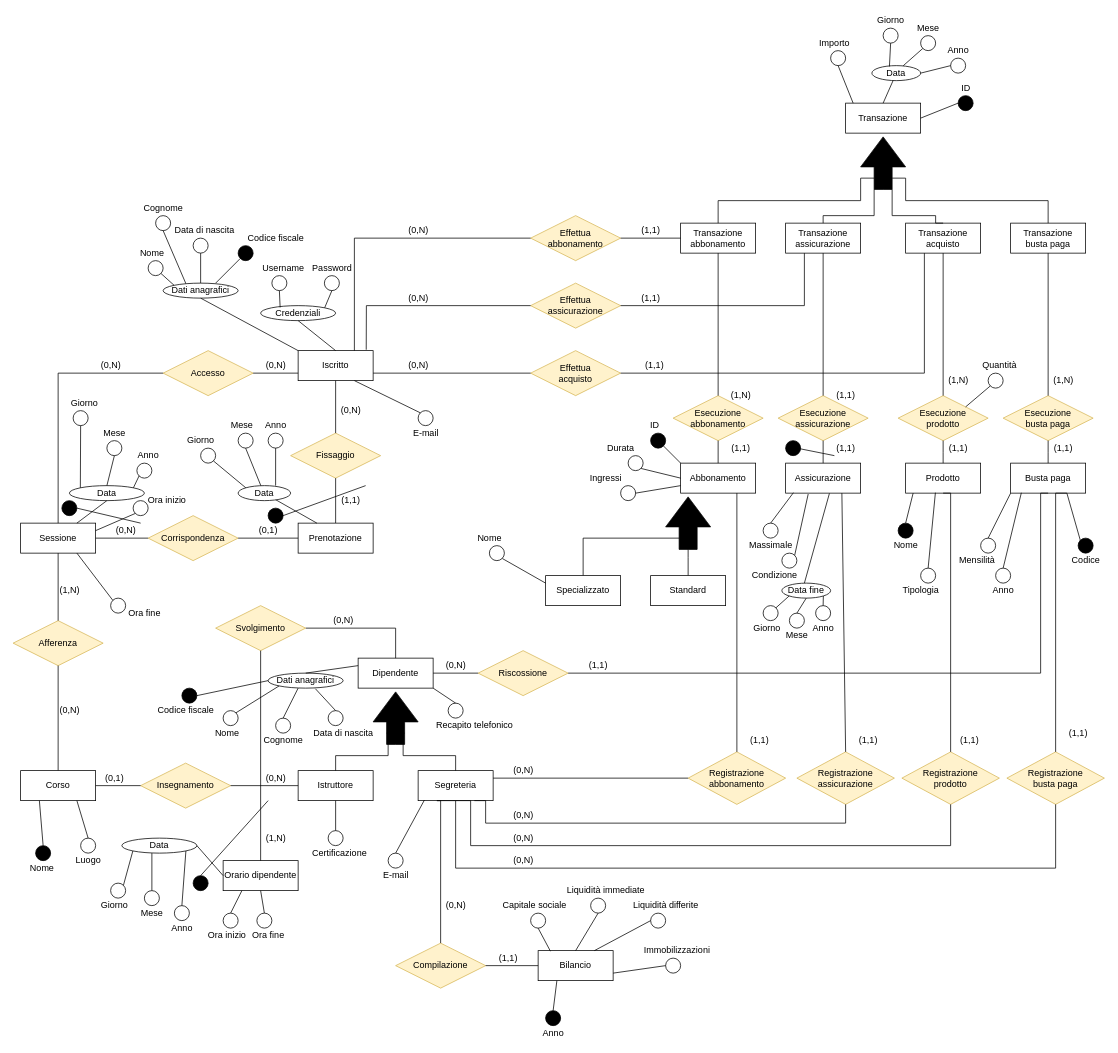
Before: ER.drawio in DavideNunin/anconarockclimb, a draw.io diagram. Source tidied: cells renumbered, new cells numbered last; positions are measured from the earlier drawing's top-left corner, leaving out a move shared by most shapes. Both pictures are drawn from the tidied source at 75%, with x=0, y=0 at pixel (13, 13).
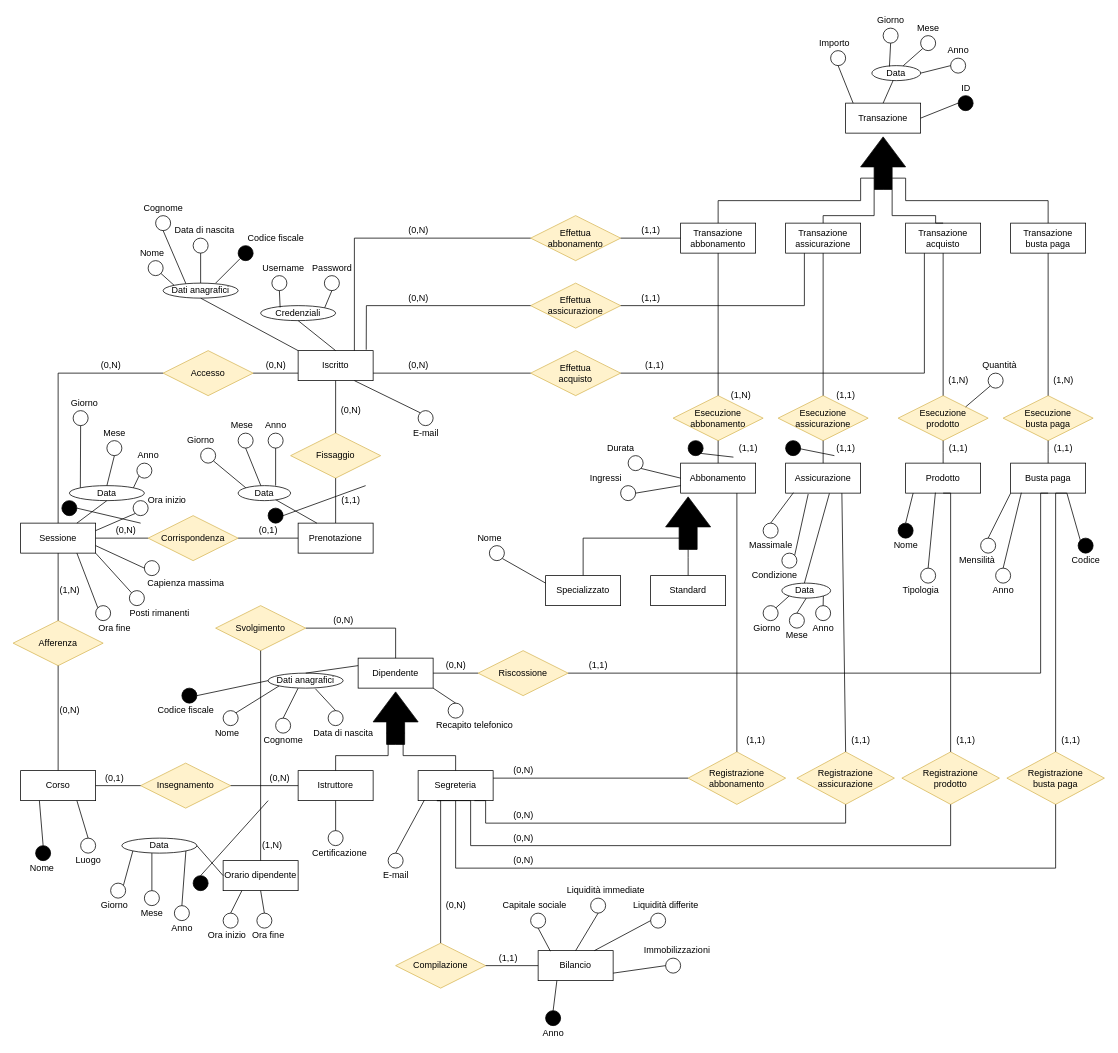
Above is the later version.

Unchanged cells that the change refers to:
```xml
<mxCell id="3" value="Abbonamento" style="whiteSpace=wrap;html=1;align=center;" parent="1" vertex="1">
  <mxGeometry x="890" y="600" width="100" height="40" as="geometry" />
</mxCell>
<mxCell id="9" value="Sessione" style="whiteSpace=wrap;html=1;align=center;" parent="1" vertex="1">
  <mxGeometry x="10" y="680" width="100" height="40" as="geometry" />
</mxCell>
```

What changed in the source:
```diff
@@
     <mxCell id="101" style="ellipse;whiteSpace=wrap;html=1;glass=0;" parent="1" vertex="1">
-      <mxGeometry x="130" y="780" width="20" height="20" as="geometry" />
+      <mxGeometry x="110" y="790" width="20" height="20" as="geometry" />
     </mxCell>
@@
     <mxCell id="108" value="Ora fine" style="text;html=1;align=center;verticalAlign=middle;strokeColor=none;fillColor=none;" parent="1" vertex="1">
-      <mxGeometry x="145" y="790" width="60" height="20" as="geometry" />
+      <mxGeometry x="105" y="810" width="60" height="20" as="geometry" />
     </mxCell>
@@
     <mxCell id="174" style="ellipse;whiteSpace=wrap;html=1;glass=0;fillColor=#000000;" parent="1" vertex="1">
-      <mxGeometry x="850" y="560" width="20" height="20" as="geometry" />
+      <mxGeometry x="900" y="570" width="20" height="20" as="geometry" />
     </mxCell>
@@
-    <mxCell id="178" style="endArrow=none;html=1;rounded=0;exitX=1;exitY=1;exitDx=0;exitDy=0;entryX=0;entryY=0;entryDx=0;entryDy=0;" parent="1" edge="1" source="174" target="3">
+    <mxCell id="178" style="endArrow=none;html=1;rounded=0;exitX=1;exitY=1;exitDx=0;exitDy=0;entryX=0.01;entryY=1.1;entryDx=0;entryDy=0;entryPerimeter=0;" parent="1" edge="1" source="174" target="255">
       <mxGeometry relative="1" as="geometry" />
     </mxCell>
@@
     <mxCell id="236" value="(0,N)" style="text;html=1;align=center;verticalAlign=middle;strokeColor=none;fillColor=none;" parent="1" vertex="1">
-      <mxGeometry x="330" y="1010" width="40" height="20" as="geometry" />
+      <mxGeometry x="335" y="1010" width="40" height="20" as="geometry" />
     </mxCell>
     <mxCell id="237" value="(1,N)" style="text;html=1;align=center;verticalAlign=middle;strokeColor=none;fillColor=none;" parent="1" vertex="1">
-      <mxGeometry x="330" y="1090" width="40" height="20" as="geometry" />
+      <mxGeometry x="325" y="1100" width="40" height="20" as="geometry" />
     </mxCell>
@@
     <mxCell id="245" value="(1,1)" style="text;html=1;align=center;verticalAlign=middle;strokeColor=none;fillColor=none;" parent="1" vertex="1">
-      <mxGeometry x="1255" y="960" width="40" height="20" as="geometry" />
+      <mxGeometry x="1250" y="960" width="40" height="20" as="geometry" />
     </mxCell>
     <mxCell id="246" value="(1,1)" style="text;html=1;align=center;verticalAlign=middle;strokeColor=none;fillColor=none;" parent="1" vertex="1">
-      <mxGeometry x="975" y="960" width="40" height="20" as="geometry" />
+      <mxGeometry x="970" y="960" width="40" height="20" as="geometry" />
     </mxCell>
     <mxCell id="247" value="(1,1)" style="text;html=1;align=center;verticalAlign=middle;strokeColor=none;fillColor=none;" parent="1" vertex="1">
-      <mxGeometry x="1120" y="960" width="40" height="20" as="geometry" />
+      <mxGeometry x="1110" y="960" width="40" height="20" as="geometry" />
     </mxCell>
     <mxCell id="248" value="(1,1)" style="text;html=1;align=center;verticalAlign=middle;strokeColor=none;fillColor=none;" parent="1" vertex="1">
-      <mxGeometry x="1400" y="950" width="40" height="20" as="geometry" />
+      <mxGeometry x="1390" y="960" width="40" height="20" as="geometry" />
     </mxCell>
@@
     <mxCell id="255" value="(1,1)" style="text;html=1;align=center;verticalAlign=middle;points=[];strokeColor=none;fillColor=none;" parent="1" vertex="1">
-      <mxGeometry x="950" y="570" width="40" height="20" as="geometry" />
+      <mxGeometry x="960" y="570" width="40" height="20" as="geometry" />
     </mxCell>
@@
-    <mxCell id="267" value="Data fine" style="ellipse;whiteSpace=wrap;html=1;align=center;glass=0;" parent="1" vertex="1">
+    <mxCell id="267" value="Data&amp;nbsp;" style="ellipse;whiteSpace=wrap;html=1;align=center;glass=0;" parent="1" vertex="1">
       <mxGeometry x="1025" y="760" width="65" height="20" as="geometry" />
     </mxCell>
@@
-    <mxCell id="293" value="ID" style="text;html=1;align=center;verticalAlign=middle;strokeColor=none;fillColor=none;" parent="1" vertex="1">
-      <mxGeometry x="840" y="540" width="30" height="20" as="geometry" />
-    </mxCell>
@@
+    <mxCell id="314" style="ellipse;whiteSpace=wrap;html=1;glass=0;" parent="1" vertex="1">
+      <mxGeometry x="155" y="770" width="20" height="20" as="geometry" />
+    </mxCell>
+    <mxCell id="315" style="ellipse;whiteSpace=wrap;html=1;glass=0;" parent="1" vertex="1">
+      <mxGeometry x="175" y="730" width="20" height="20" as="geometry" />
+    </mxCell>
+    <mxCell id="316" style="endArrow=none;html=1;rounded=0;entryX=1;entryY=1;entryDx=0;entryDy=0;exitX=0;exitY=0;exitDx=0;exitDy=0;" parent="1" edge="1" source="314" target="9">
+      <mxGeometry relative="1" as="geometry" />
+    </mxCell>
+    <mxCell id="317" style="endArrow=none;html=1;rounded=0;entryX=1;entryY=0.75;entryDx=0;entryDy=0;exitX=0;exitY=0.5;exitDx=0;exitDy=0;" parent="1" edge="1" source="315" target="9">
+      <mxGeometry relative="1" as="geometry" />
+    </mxCell>
+    <mxCell id="318" value="Capienza massima" style="text;html=1;align=center;verticalAlign=middle;strokeColor=none;fillColor=none;" parent="1" vertex="1">
+      <mxGeometry x="170" y="750" width="120" height="20" as="geometry" />
+    </mxCell>
+    <mxCell id="319" value="Posti rimanenti" style="text;html=1;align=center;verticalAlign=middle;strokeColor=none;fillColor=none;" parent="1" vertex="1">
+      <mxGeometry x="150" y="790" width="90" height="20" as="geometry" />
+    </mxCell>
```
